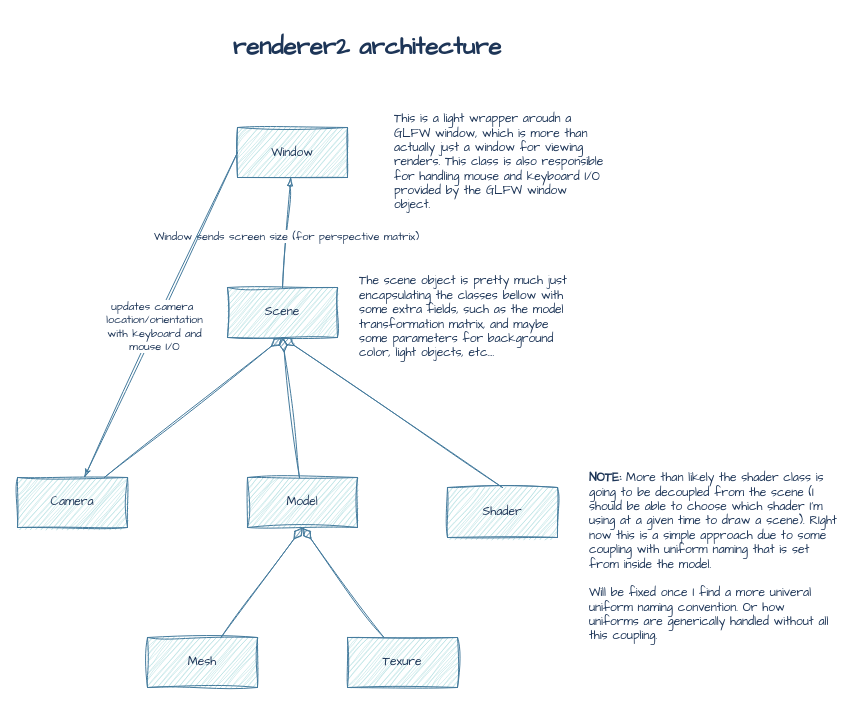
EricHayter/renderer2 keeps this draw.io diagram as docs/diagrams/architecture.drawio. Above is the earlier version. Source tidied: cells renumbered, new cells numbered last; positions are measured from the earlier drawing's top-left corner, leaving out a move shared by most shapes. Both pictures are drawn from the tidied source at 100%, with x=0, y=0 at pixel (17, 17).
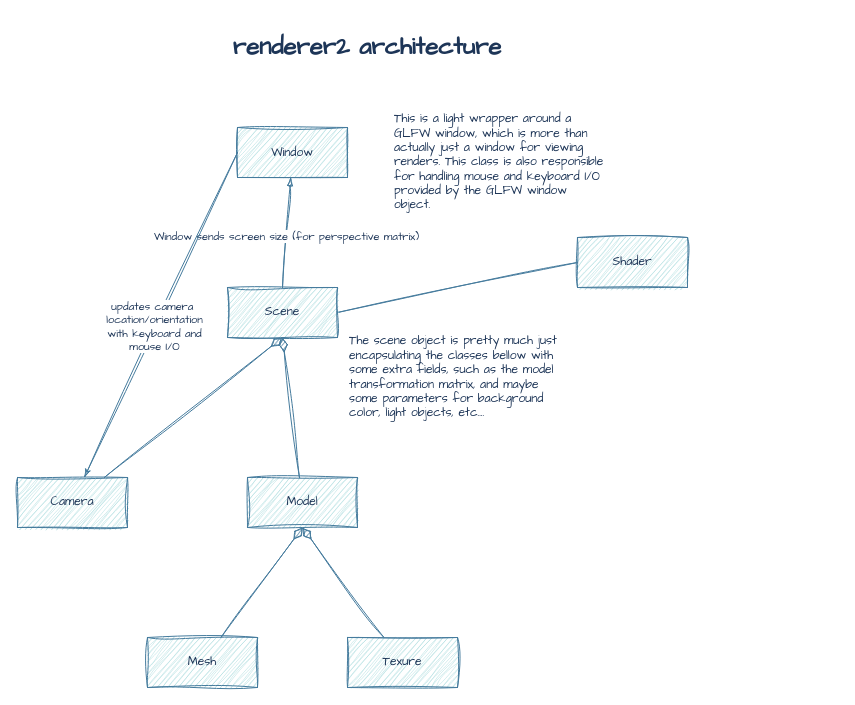
Above is the later version.

Commit message:
Update architecture diagram

The change refers to these unchanged cells:
```xml
<mxCell id="6" value="Scene" style="html=1;whiteSpace=wrap;sketch=1;hachureGap=4;jiggle=2;curveFitting=1;fontFamily=Architects Daughter;labelBackgroundColor=none;fillColor=#A8DADC;strokeColor=#457B9D;fontColor=#1D3557;" parent="1" vertex="1">
  <mxGeometry x="210" y="270" width="110" height="50" as="geometry" />
</mxCell>
```

What changed in the source:
```diff
@@
-    <mxCell id="5" style="rounded=0;sketch=1;hachureGap=4;jiggle=2;curveFitting=1;jettySize=auto;html=1;strokeColor=#457B9D;fontFamily=Architects Daughter;fontColor=#1D3557;fillColor=#A8DADC;endArrow=diamondThin;endFill=1;exitX=0.5;exitY=0;exitDx=0;exitDy=0;entryX=0.5;entryY=1;entryDx=0;entryDy=0;startSize=12;endSize=12;" parent="1" edge="1" source="7" target="6">
+    <mxCell id="5" style="rounded=0;sketch=1;hachureGap=4;jiggle=2;curveFitting=1;jettySize=auto;html=1;strokeColor=#457B9D;fontFamily=Architects Daughter;fontColor=#1D3557;fillColor=#A8DADC;endArrow=none;endFill=0;exitX=0;exitY=0.5;exitDx=0;exitDy=0;entryX=1;entryY=0.5;entryDx=0;entryDy=0;startSize=12;endSize=12;" parent="1" edge="1" source="7" target="6">
       <mxGeometry relative="1" as="geometry" />
     </mxCell>
@@
     <mxCell id="7" value="Shader" style="html=1;whiteSpace=wrap;sketch=1;hachureGap=4;jiggle=2;curveFitting=1;strokeColor=#457B9D;fontFamily=Architects Daughter;fontColor=#1D3557;fillColor=#A8DADC;" parent="1" vertex="1">
-      <mxGeometry x="430" y="470" width="110" height="50" as="geometry" />
+      <mxGeometry x="560" y="220" width="110" height="50" as="geometry" />
     </mxCell>
@@
-    <mxCell id="18" value="&lt;b&gt;NOTE:&lt;/b&gt;&amp;nbsp;More than likely the shader class is going to be decoupled from the scene (I should be able to choose which shader I'm using at a given time to draw a scene). RIght now this is a simple approach due to some coupling with uniform naming that is set from inside the model.&lt;div&gt;&lt;br&gt;&lt;/div&gt;&lt;div style=&quot;&quot;&gt;Will be fixed once I find a more univeral uniform naming convention. Or how uniforms are generically handled without all this coupling.&amp;nbsp;&lt;/div&gt;" style="text;html=1;whiteSpace=wrap;strokeColor=none;fillColor=none;align=left;verticalAlign=middle;rounded=0;fontFamily=Architects Daughter;fontColor=#1D3557;" parent="1" vertex="1">
-      <mxGeometry x="570" y="450" width="250" height="180" as="geometry" />
-    </mxCell>
-    <mxCell id="19" value="This is a light wrapper aroudn a GLFW window, which is more than actually just a window for viewing renders. This class is also responsible for handling mouse and keyboard I/O provided by the GLFW window object.&amp;nbsp;" style="text;html=1;whiteSpace=wrap;strokeColor=none;fillColor=none;align=left;verticalAlign=middle;rounded=0;fontFamily=Architects Daughter;fontColor=#1D3557;" parent="1" vertex="1">
+    <mxCell id="19" value="This is a light wrapper around a GLFW window, which is more than actually just a window for viewing renders. This class is also responsible for handling mouse and keyboard I/O provided by the GLFW window object.&amp;nbsp;" style="text;html=1;whiteSpace=wrap;strokeColor=none;fillColor=none;align=left;verticalAlign=middle;rounded=0;fontFamily=Architects Daughter;fontColor=#1D3557;" parent="1" vertex="1">
       <mxGeometry x="375" y="100" width="220" height="90" as="geometry" />
     </mxCell>
     <mxCell id="20" value="The scene object is pretty much just encapsulating the classes bellow with some extra fields, such as the model transformation matrix, and maybe some parameters for background color, light objects, etc...." style="text;html=1;whiteSpace=wrap;strokeColor=none;fillColor=none;align=left;verticalAlign=middle;rounded=0;fontFamily=Architects Daughter;fontColor=#1D3557;" parent="1" vertex="1">
-      <mxGeometry x="340" y="270" width="210" height="60" as="geometry" />
+      <mxGeometry x="330" y="330" width="210" height="60" as="geometry" />
     </mxCell>
```
